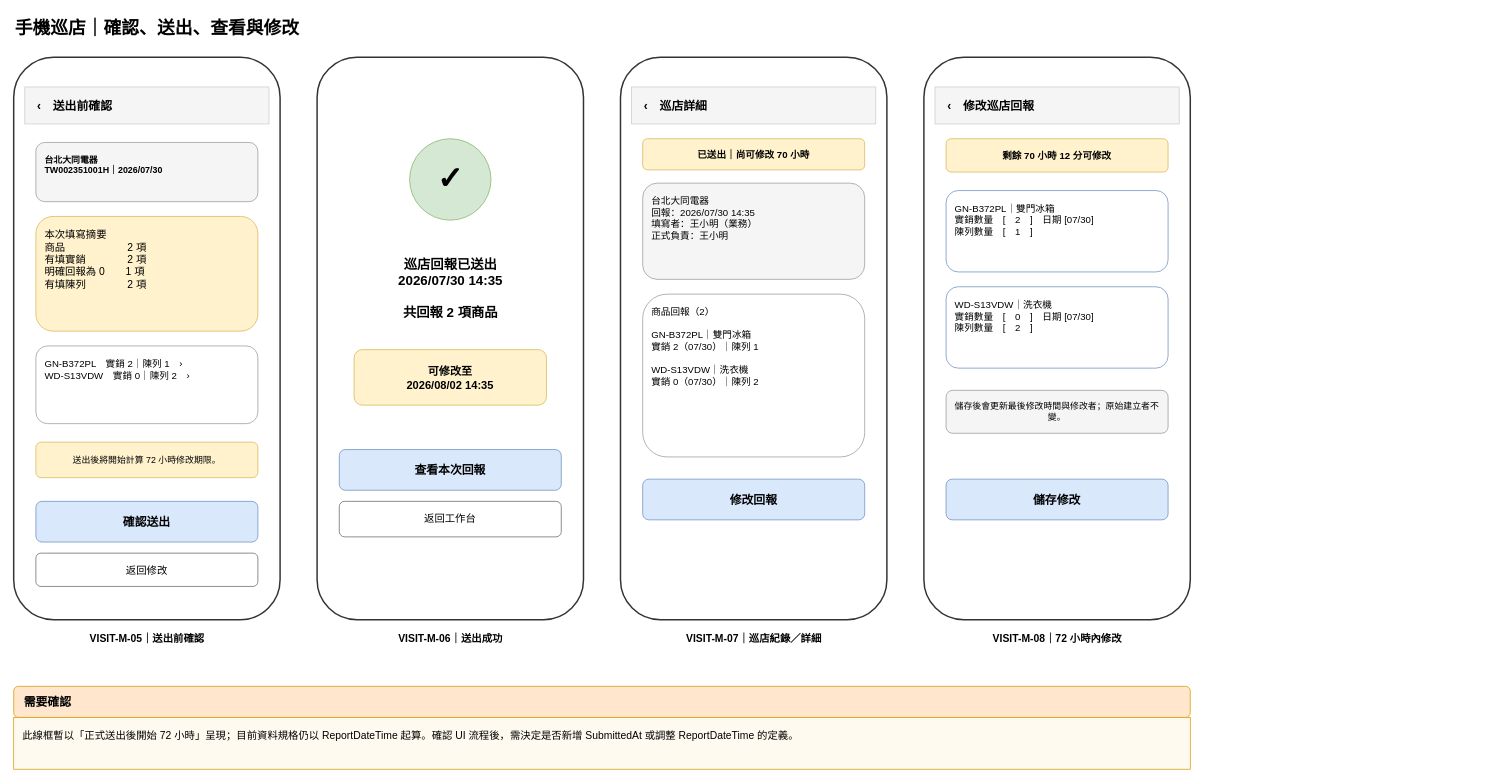
Earlier version of the draw.io diagram page "03_業務端_確認送出與紀錄" (5 of 7) of Codex筆記/LGSale_UI_Wireframe.drawio (tim5612/LGSaleOut). Source tidied: cells renumbered, new cells numbered last; positions are measured from the earlier drawing's top-left corner, leaving out a move shared by most shapes. Both pictures are drawn from the tidied source at 74%, with x=0, y=0 at pixel (13, 13).
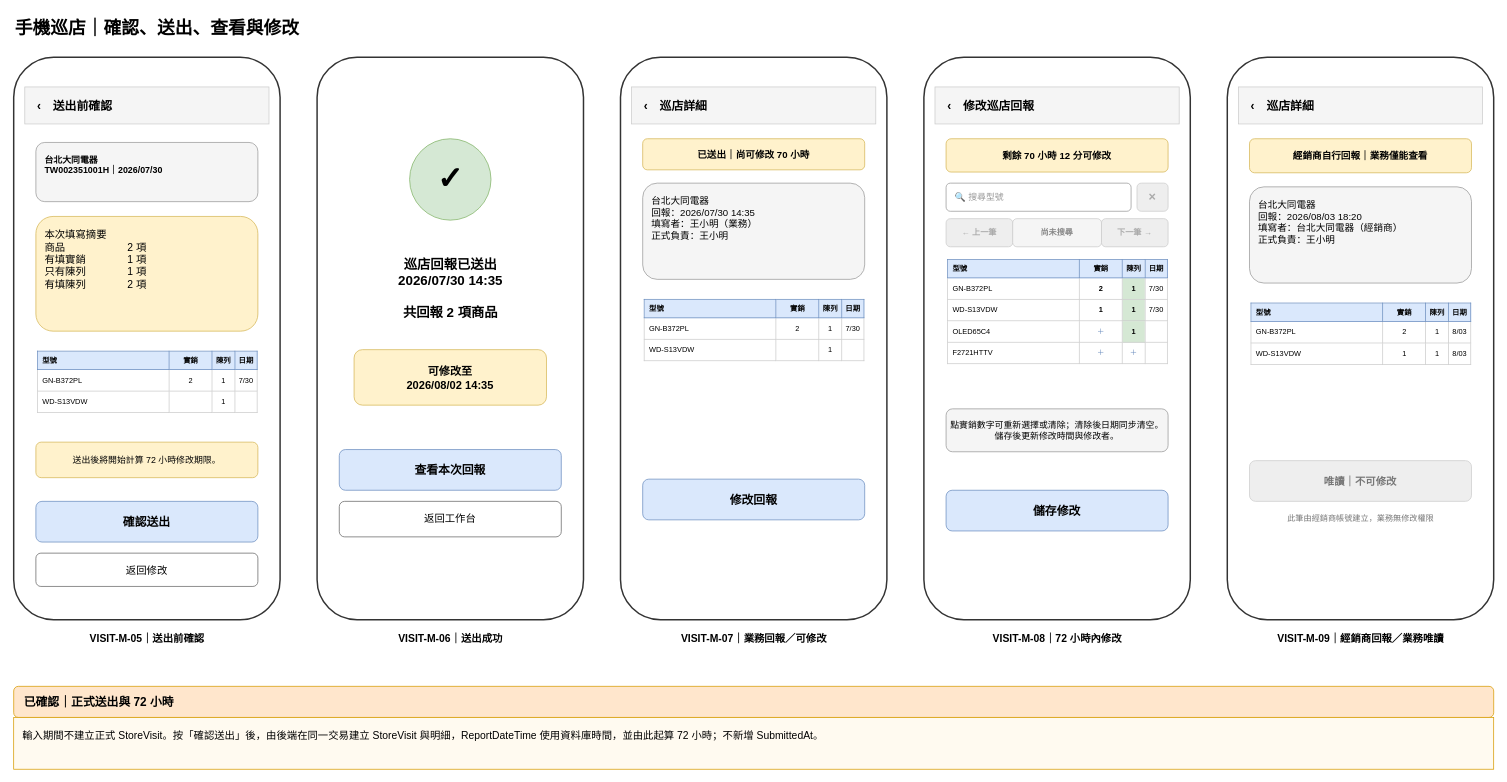
The same diagram, later.

Diff of the diagram source:
```diff
@@
-    <mxCell id="6" value="本次填寫摘要&#10;商品　　　　　　2 項&#10;有填實銷　　　　2 項&#10;明確回報為 0　　1 項&#10;有填陳列　　　　2 項" style="rounded=1;whiteSpace=wrap;html=1;fillColor=#fff2cc;strokeColor=#d6b656;align=left;verticalAlign=top;spacing=12;fontSize=14;" parent="1" vertex="1">
+    <mxCell id="6" value="本次填寫摘要&#10;商品　　　　　　2 項&#10;有填實銷　　　　1 項&#10;只有陳列　　　　1 項&#10;有填陳列　　　　2 項" style="rounded=1;whiteSpace=wrap;html=1;fillColor=#fff2cc;strokeColor=#d6b656;align=left;verticalAlign=top;spacing=12;fontSize=14;" parent="1" vertex="1">
       <mxGeometry x="30" y="275" width="300" height="155" as="geometry" />
     </mxCell>
-    <mxCell id="7" value="GN-B372PL　實銷 2｜陳列 1　›&#10;WD-S13VDW　實銷 0｜陳列 2　›" style="rounded=1;whiteSpace=wrap;html=1;fillColor=#ffffff;strokeColor=#999999;align=left;verticalAlign=top;spacing=12;fontSize=13;" parent="1" vertex="1">
-      <mxGeometry x="30" y="450" width="300" height="105" as="geometry" />
+    <mxCell id="7" value="&lt;table style=&quot;width:100%;border-collapse:collapse;table-layout:fixed&quot;&gt;&lt;tr style=&quot;background:#dae8fc;font-weight:bold&quot;&gt;&lt;td style=&quot;width:60%;border:1px solid #6c8ebf;padding:6px&quot;&gt;型號&lt;/td&gt;&lt;td style=&quot;width:20%;border:1px solid #6c8ebf;text-align:center&quot;&gt;實銷&lt;/td&gt;&lt;td style=&quot;width:10%;border:1px solid #6c8ebf;text-align:center&quot;&gt;陳列&lt;/td&gt;&lt;td style=&quot;width:10%;border:1px solid #6c8ebf;text-align:center&quot;&gt;日期&lt;/td&gt;&lt;/tr&gt;&lt;tr&gt;&lt;td style=&quot;border:1px solid #ccc;padding:8px 6px&quot;&gt;GN-B372PL&lt;/td&gt;&lt;td style=&quot;border:1px solid #ccc;text-align:center&quot;&gt;2&lt;/td&gt;&lt;td style=&quot;border:1px solid #ccc;text-align:center&quot;&gt;1&lt;/td&gt;&lt;td style=&quot;border:1px solid #ccc;text-align:center&quot;&gt;7/30&lt;/td&gt;&lt;/tr&gt;&lt;tr&gt;&lt;td style=&quot;border:1px solid #ccc;padding:8px 6px&quot;&gt;WD-S13VDW&lt;/td&gt;&lt;td style=&quot;border:1px solid #ccc;text-align:center&quot;&gt;&lt;/td&gt;&lt;td style=&quot;border:1px solid #ccc;text-align:center&quot;&gt;1&lt;/td&gt;&lt;td style=&quot;border:1px solid #ccc;text-align:center&quot;&gt;&lt;/td&gt;&lt;/tr&gt;&lt;/table&gt;" style="rounded=0;whiteSpace=wrap;html=1;fillColor=#ffffff;strokeColor=none;align=left;verticalAlign=top;fontSize=10;" parent="1" vertex="1">
+      <mxGeometry x="30" y="450" width="300" height="115" as="geometry" />
     </mxCell>
@@
-    <mxCell id="23" value="商品回報（2）&#10;&#10;GN-B372PL｜雙門冰箱&#10;實銷 2（07/30）｜陳列 1&#10;&#10;WD-S13VDW｜洗衣機&#10;實銷 0（07/30）｜陳列 2" style="rounded=1;whiteSpace=wrap;html=1;fillColor=#ffffff;strokeColor=#999999;align=left;verticalAlign=top;spacing=12;fontSize=13;" parent="1" vertex="1">
-      <mxGeometry x="850" y="380" width="300" height="220" as="geometry" />
+    <mxCell id="23" value="&lt;table style=&quot;width:100%;border-collapse:collapse;table-layout:fixed&quot;&gt;&lt;tr style=&quot;background:#dae8fc;font-weight:bold&quot;&gt;&lt;td style=&quot;width:60%;border:1px solid #6c8ebf;padding:6px&quot;&gt;型號&lt;/td&gt;&lt;td style=&quot;width:20%;border:1px solid #6c8ebf;text-align:center&quot;&gt;實銷&lt;/td&gt;&lt;td style=&quot;width:10%;border:1px solid #6c8ebf;text-align:center&quot;&gt;陳列&lt;/td&gt;&lt;td style=&quot;width:10%;border:1px solid #6c8ebf;text-align:center&quot;&gt;日期&lt;/td&gt;&lt;/tr&gt;&lt;tr&gt;&lt;td style=&quot;border:1px solid #ccc;padding:8px 6px&quot;&gt;GN-B372PL&lt;/td&gt;&lt;td style=&quot;border:1px solid #ccc;text-align:center&quot;&gt;2&lt;/td&gt;&lt;td style=&quot;border:1px solid #ccc;text-align:center&quot;&gt;1&lt;/td&gt;&lt;td style=&quot;border:1px solid #ccc;text-align:center&quot;&gt;7/30&lt;/td&gt;&lt;/tr&gt;&lt;tr&gt;&lt;td style=&quot;border:1px solid #ccc;padding:8px 6px&quot;&gt;WD-S13VDW&lt;/td&gt;&lt;td style=&quot;border:1px solid #ccc;text-align:center&quot;&gt;&lt;/td&gt;&lt;td style=&quot;border:1px solid #ccc;text-align:center&quot;&gt;1&lt;/td&gt;&lt;td style=&quot;border:1px solid #ccc;text-align:center&quot;&gt;&lt;/td&gt;&lt;/tr&gt;&lt;/table&gt;" style="rounded=0;whiteSpace=wrap;html=1;fillColor=#ffffff;strokeColor=none;align=left;verticalAlign=top;fontSize=10;" parent="1" vertex="1">
+      <mxGeometry x="850" y="380" width="300" height="115" as="geometry" />
     </mxCell>
@@
-    <mxCell id="25" value="VISIT-M-07｜巡店紀錄／詳細" style="text;html=1;fontStyle=1;fontSize=14;align=center;" parent="1" vertex="1">
+    <mxCell id="25" value="VISIT-M-07｜業務回報／可修改" style="text;html=1;fontStyle=1;fontSize=14;align=center;" parent="1" vertex="1">
       <mxGeometry x="820" y="830" width="360" height="30" as="geometry" />
     </mxCell>
@@
-    <mxCell id="29" value="GN-B372PL｜雙門冰箱&#10;實銷數量　[　2　]　日期 [07/30]&#10;陳列數量　[　1　]" style="rounded=1;whiteSpace=wrap;html=1;fillColor=#ffffff;strokeColor=#6c8ebf;align=left;verticalAlign=top;spacing=12;fontSize=13;" parent="1" vertex="1">
-      <mxGeometry x="1260" y="240" width="300" height="110" as="geometry" />
-    </mxCell>
-    <mxCell id="30" value="WD-S13VDW｜洗衣機&#10;實銷數量　[　0　]　日期 [07/30]&#10;陳列數量　[　2　]" style="rounded=1;whiteSpace=wrap;html=1;fillColor=#ffffff;strokeColor=#6c8ebf;align=left;verticalAlign=top;spacing=12;fontSize=13;" parent="1" vertex="1">
-      <mxGeometry x="1260" y="370" width="300" height="110" as="geometry" />
-    </mxCell>
+    <mxCell id="36" value="🔍 搜尋型號" style="rounded=1;whiteSpace=wrap;html=1;fillColor=#ffffff;strokeColor=#999999;align=left;spacingLeft=10;fontColor=#999999;fontSize=12;" parent="1" vertex="1">
+      <mxGeometry x="1260" y="230" width="250" height="38" as="geometry" />
+    </mxCell>
+    <mxCell id="37" value="×" style="rounded=1;whiteSpace=wrap;html=1;fillColor=#eeeeee;strokeColor=#cccccc;fontColor=#aaaaaa;fontStyle=1;fontSize=17;" parent="1" vertex="1">
+      <mxGeometry x="1518" y="230" width="42" height="38" as="geometry" />
+    </mxCell>
+    <mxCell id="38" value="← 上一筆" style="rounded=1;whiteSpace=wrap;html=1;fillColor=#eeeeee;strokeColor=#cccccc;fontColor=#aaaaaa;fontStyle=1;fontSize=11;" parent="1" vertex="1">
+      <mxGeometry x="1260" y="278" width="90" height="38" as="geometry" />
+    </mxCell>
+    <mxCell id="39" value="尚未搜尋" style="rounded=1;whiteSpace=wrap;html=1;fillColor=#f5f5f5;strokeColor=#cccccc;fontColor=#888888;fontStyle=1;fontSize=11;" parent="1" vertex="1">
+      <mxGeometry x="1350" y="278" width="120" height="38" as="geometry" />
+    </mxCell>
+    <mxCell id="40" value="下一筆 →" style="rounded=1;whiteSpace=wrap;html=1;fillColor=#eeeeee;strokeColor=#cccccc;fontColor=#aaaaaa;fontStyle=1;fontSize=11;" parent="1" vertex="1">
+      <mxGeometry x="1470" y="278" width="90" height="38" as="geometry" />
+    </mxCell>
+    <mxCell id="41" value="&lt;table style=&quot;width:100%;border-collapse:collapse;table-layout:fixed&quot;&gt;&lt;tr style=&quot;background:#dae8fc;font-weight:bold&quot;&gt;&lt;td style=&quot;width:60%;border:1px solid #6c8ebf;padding:6px&quot;&gt;型號&lt;/td&gt;&lt;td style=&quot;width:20%;border:1px solid #6c8ebf;text-align:center&quot;&gt;實銷&lt;/td&gt;&lt;td style=&quot;width:10%;border:1px solid #6c8ebf;text-align:center&quot;&gt;陳列&lt;/td&gt;&lt;td style=&quot;width:10%;border:1px solid #6c8ebf;text-align:center&quot;&gt;日期&lt;/td&gt;&lt;/tr&gt;&lt;tr&gt;&lt;td style=&quot;border:1px solid #ccc;padding:8px 6px&quot;&gt;GN-B372PL&lt;/td&gt;&lt;td style=&quot;border:1px solid #ccc;text-align:center;font-weight:bold&quot;&gt;2&lt;/td&gt;&lt;td style=&quot;border:1px solid #ccc;text-align:center;background:#d5e8d4;font-weight:bold&quot;&gt;1&lt;/td&gt;&lt;td style=&quot;border:1px solid #ccc;text-align:center&quot;&gt;7/30&lt;/td&gt;&lt;/tr&gt;&lt;tr&gt;&lt;td style=&quot;border:1px solid #ccc;padding:8px 6px&quot;&gt;WD-S13VDW&lt;/td&gt;&lt;td style=&quot;border:1px solid #ccc;text-align:center;font-weight:bold&quot;&gt;1&lt;/td&gt;&lt;td style=&quot;border:1px solid #ccc;text-align:center;background:#d5e8d4;font-weight:bold&quot;&gt;1&lt;/td&gt;&lt;td style=&quot;border:1px solid #ccc;text-align:center&quot;&gt;7/30&lt;/td&gt;&lt;/tr&gt;&lt;tr&gt;&lt;td style=&quot;border:1px solid #ccc;padding:8px 6px&quot;&gt;OLED65C4&lt;/td&gt;&lt;td style=&quot;border:1px solid #ccc;text-align:center;color:#6c8ebf&quot;&gt;＋&lt;/td&gt;&lt;td style=&quot;border:1px solid #ccc;text-align:center;background:#d5e8d4;font-weight:bold&quot;&gt;1&lt;/td&gt;&lt;td style=&quot;border:1px solid #ccc&quot;&gt;&lt;/td&gt;&lt;/tr&gt;&lt;tr&gt;&lt;td style=&quot;border:1px solid #ccc;padding:8px 6px&quot;&gt;F2721HTTV&lt;/td&gt;&lt;td style=&quot;border:1px solid #ccc;text-align:center;color:#6c8ebf&quot;&gt;＋&lt;/td&gt;&lt;td style=&quot;border:1px solid #ccc;text-align:center;color:#6c8ebf&quot;&gt;＋&lt;/td&gt;&lt;td style=&quot;border:1px solid #ccc&quot;&gt;&lt;/td&gt;&lt;/tr&gt;&lt;/table&gt;" style="rounded=0;whiteSpace=wrap;html=1;fillColor=#ffffff;strokeColor=none;align=left;verticalAlign=top;fontSize=10;" parent="1" vertex="1">
+      <mxGeometry x="1260" y="326" width="300" height="185" as="geometry" />
+    </mxCell>
-    <mxCell id="31" value="儲存後會更新最後修改時間與修改者；原始建立者不變。" style="rounded=1;whiteSpace=wrap;html=1;fillColor=#f5f5f5;strokeColor=#999999;fontSize=12;" parent="1" vertex="1">
-      <mxGeometry x="1260" y="510" width="300" height="58" as="geometry" />
+    <mxCell id="31" value="點實銷數字可重新選擇或清除；清除後日期同步清空。儲存後更新修改時間與修改者。" style="rounded=1;whiteSpace=wrap;html=1;fillColor=#f5f5f5;strokeColor=#999999;fontSize=12;" parent="1" vertex="1">
+      <mxGeometry x="1260" y="535" width="300" height="58" as="geometry" />
     </mxCell>
     <mxCell id="32" value="儲存修改" style="rounded=1;whiteSpace=wrap;html=1;fillColor=#dae8fc;strokeColor=#6c8ebf;fontStyle=1;fontSize=16;" parent="1" vertex="1">
-      <mxGeometry x="1260" y="630" width="300" height="55" as="geometry" />
+      <mxGeometry x="1260" y="645" width="300" height="55" as="geometry" />
     </mxCell>
@@
+    <mxCell id="42" style="rounded=1;whiteSpace=wrap;html=1;fillColor=#ffffff;strokeColor=#333333;strokeWidth=2;" parent="1" vertex="1">
+      <mxGeometry x="1640" y="60" width="360" height="760" as="geometry" />
+    </mxCell>
+    <mxCell id="43" value="‹　巡店詳細" style="rounded=0;whiteSpace=wrap;html=1;fillColor=#f5f5f5;strokeColor=#cccccc;fontStyle=1;fontSize=16;align=left;spacingLeft=15;" parent="1" vertex="1">
+      <mxGeometry x="1655" y="100" width="330" height="50" as="geometry" />
+    </mxCell>
+    <mxCell id="44" value="經銷商自行回報｜業務僅能查看" style="rounded=1;whiteSpace=wrap;html=1;fillColor=#fff2cc;strokeColor=#d6b656;fontSize=13;fontStyle=1;" parent="1" vertex="1">
+      <mxGeometry x="1670" y="170" width="300" height="46" as="geometry" />
+    </mxCell>
+    <mxCell id="45" value="台北大同電器&#10;回報：2026/08/03 18:20&#10;填寫者：台北大同電器（經銷商）&#10;正式負責：王小明" style="rounded=1;whiteSpace=wrap;html=1;fillColor=#f5f5f5;strokeColor=#999999;align=left;verticalAlign=top;spacing=12;fontSize=13;" parent="1" vertex="1">
+      <mxGeometry x="1670" y="235" width="300" height="130" as="geometry" />
+    </mxCell>
+    <mxCell id="46" value="&lt;table style=&quot;width:100%;border-collapse:collapse;table-layout:fixed&quot;&gt;&lt;tr style=&quot;background:#dae8fc;font-weight:bold&quot;&gt;&lt;td style=&quot;width:60%;border:1px solid #6c8ebf;padding:6px&quot;&gt;型號&lt;/td&gt;&lt;td style=&quot;width:20%;border:1px solid #6c8ebf;text-align:center&quot;&gt;實銷&lt;/td&gt;&lt;td style=&quot;width:10%;border:1px solid #6c8ebf;text-align:center&quot;&gt;陳列&lt;/td&gt;&lt;td style=&quot;width:10%;border:1px solid #6c8ebf;text-align:center&quot;&gt;日期&lt;/td&gt;&lt;/tr&gt;&lt;tr&gt;&lt;td style=&quot;border:1px solid #ccc;padding:8px 6px&quot;&gt;GN-B372PL&lt;/td&gt;&lt;td style=&quot;border:1px solid #ccc;text-align:center&quot;&gt;2&lt;/td&gt;&lt;td style=&quot;border:1px solid #ccc;text-align:center&quot;&gt;1&lt;/td&gt;&lt;td style=&quot;border:1px solid #ccc;text-align:center&quot;&gt;8/03&lt;/td&gt;&lt;/tr&gt;&lt;tr&gt;&lt;td style=&quot;border:1px solid #ccc;padding:8px 6px&quot;&gt;WD-S13VDW&lt;/td&gt;&lt;td style=&quot;border:1px solid #ccc;text-align:center&quot;&gt;1&lt;/td&gt;&lt;td style=&quot;border:1px solid #ccc;text-align:center&quot;&gt;1&lt;/td&gt;&lt;td style=&quot;border:1px solid #ccc;text-align:center&quot;&gt;8/03&lt;/td&gt;&lt;/tr&gt;&lt;/table&gt;" style="rounded=0;whiteSpace=wrap;html=1;fillColor=#ffffff;strokeColor=none;align=left;verticalAlign=top;fontSize=10;" parent="1" vertex="1">
+      <mxGeometry x="1670" y="385" width="300" height="115" as="geometry" />
+    </mxCell>
+    <mxCell id="47" value="唯讀｜不可修改" style="rounded=1;whiteSpace=wrap;html=1;fillColor=#eeeeee;strokeColor=#cccccc;fontColor=#777777;fontStyle=1;fontSize=14;" parent="1" vertex="1">
+      <mxGeometry x="1670" y="605" width="300" height="55" as="geometry" />
+    </mxCell>
+    <mxCell id="48" value="此筆由經銷商帳號建立，業務無修改權限" style="text;html=1;fontSize=11;fontColor=#777777;align=center;" parent="1" vertex="1">
+      <mxGeometry x="1670" y="670" width="300" height="36" as="geometry" />
+    </mxCell>
+    <mxCell id="49" value="VISIT-M-09｜經銷商回報／業務唯讀" style="text;html=1;fontStyle=1;fontSize=14;align=center;" parent="1" vertex="1">
+      <mxGeometry x="1640" y="830" width="360" height="30" as="geometry" />
+    </mxCell>
-    <mxCell id="34" value="需要確認" style="rounded=1;whiteSpace=wrap;html=1;fillColor=#ffe6cc;strokeColor=#d79b00;fontStyle=1;fontSize=16;align=left;spacingLeft=12;" parent="1" vertex="1">
-      <mxGeometry y="910" width="1590" height="42" as="geometry" />
+    <mxCell id="34" value="已確認｜正式送出與 72 小時" style="rounded=1;whiteSpace=wrap;html=1;fillColor=#ffe6cc;strokeColor=#d79b00;fontStyle=1;fontSize=16;align=left;spacingLeft=12;" parent="1" vertex="1">
+      <mxGeometry y="910" width="2000" height="42" as="geometry" />
     </mxCell>
-    <mxCell id="35" value="此線框暫以「正式送出後開始 72 小時」呈現；目前資料規格仍以 ReportDateTime 起算。確認 UI 流程後，需決定是否新增 SubmittedAt 或調整 ReportDateTime 的定義。" style="rounded=0;whiteSpace=wrap;html=1;fillColor=#fffaf0;strokeColor=#d79b00;align=left;verticalAlign=top;spacing=12;fontSize=14;" parent="1" vertex="1">
-      <mxGeometry y="952" width="1590" height="70" as="geometry" />
+    <mxCell id="35" value="輸入期間不建立正式 StoreVisit。按「確認送出」後，由後端在同一交易建立 StoreVisit 與明細，ReportDateTime 使用資料庫時間，並由此起算 72 小時；不新增 SubmittedAt。" style="rounded=0;whiteSpace=wrap;html=1;fillColor=#fffaf0;strokeColor=#d79b00;align=left;verticalAlign=top;spacing=12;fontSize=14;" parent="1" vertex="1">
+      <mxGeometry y="952" width="2000" height="70" as="geometry" />
     </mxCell>
```
